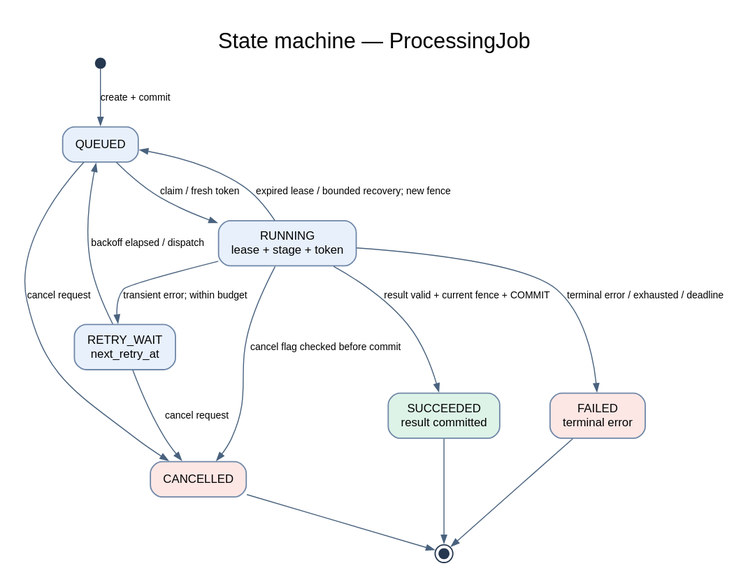
Earlier version of the PlantUML export docs/uml/05-job-state.svg (harivodich/SE2026-T08). Its source is kept beside it as docs/uml/05-job-state.puml. Source of this version:
```plantuml
@startuml
title State machine — ProcessingJob
skinparam defaultFontName Arial
skinparam shadowing false
skinparam backgroundColor #FFFFFF
skinparam ArrowColor #405670
state "QUEUED" as queued #E8F0FC
state "RUNNING\nlease + stage + token" as running #E8F0FC
state "RETRY_WAIT\nnext_retry_at" as retry #E8F0FC
state "SUCCEEDED\nresult committed" as success #DDF3E8
state "FAILED\nterminal error" as failed #FCE7E5
state "CANCELLED" as cancel #FCE7E5
[*] --> queued : create + commit
queued --> running : claim / fresh token
queued --> cancel : cancel request
running --> success : result valid + current fence + COMMIT
running --> retry : transient error; within budget
running --> failed : terminal error / exhausted / deadline
running --> cancel : cancel flag checked before commit
retry --> queued : backoff elapsed / dispatch
retry --> cancel : cancel request
running --> queued : expired lease / bounded recovery; new fence
success --> [*]
failed --> [*]
cancel --> [*]
legend bottom
Job status không phải accuracy hay approval. Automatic retries cùng job; manual rerun là job mới.
endlegend
@enduml
```
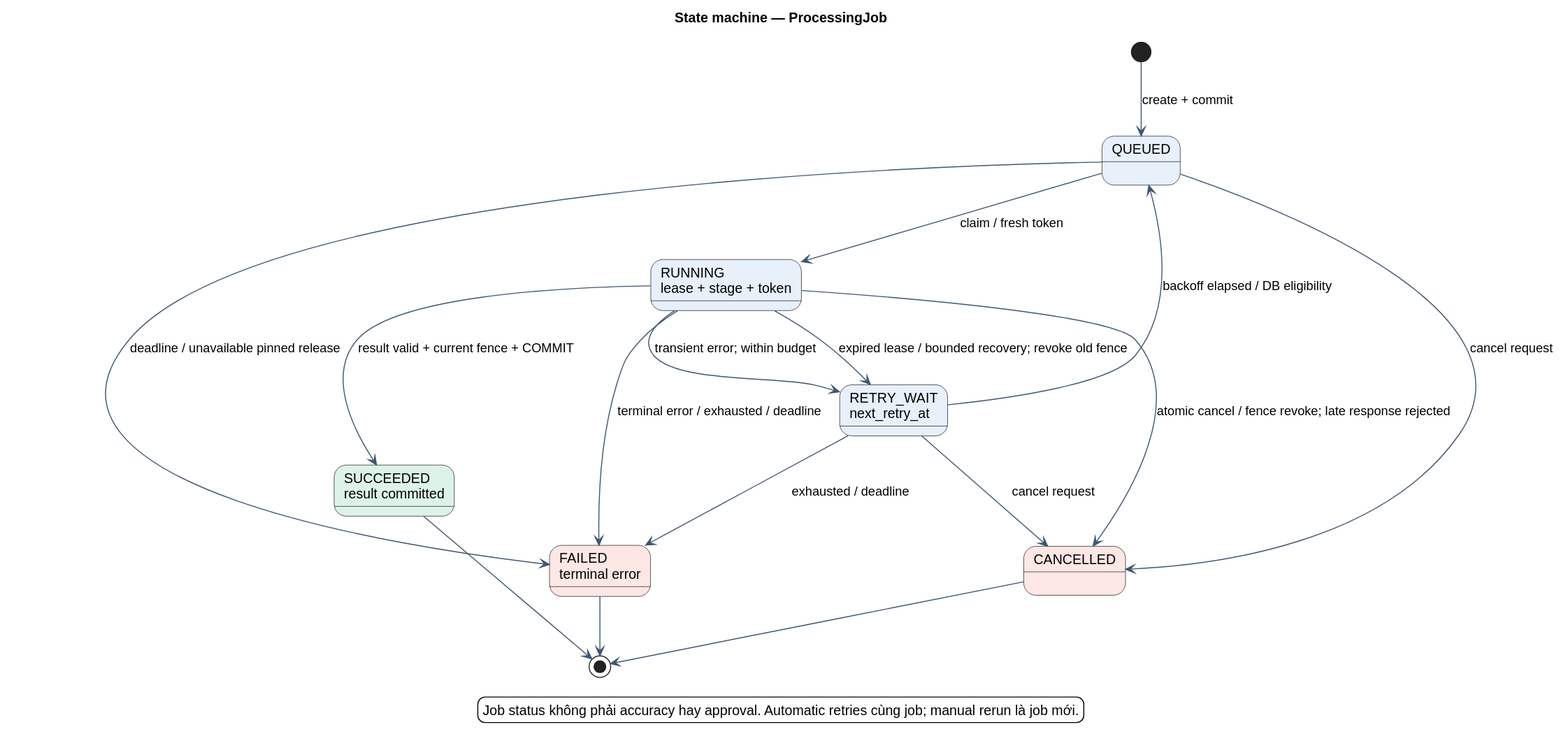
After the change.

Change to the diagram source:
```diff
@@ -16,10 +16,12 @@
 running --> success : result valid + current fence + COMMIT
 running --> retry : transient error; within budget
 running --> failed : terminal error / exhausted / deadline
-running --> cancel : cancel flag checked before commit
-retry --> queued : backoff elapsed / dispatch
+running --> cancel : atomic cancel / fence revoke; late response rejected
+retry --> queued : backoff elapsed / DB eligibility
 retry --> cancel : cancel request
-running --> queued : expired lease / bounded recovery; new fence
+running --> retry : expired lease / bounded recovery; revoke old fence
+queued --> failed : deadline / unavailable pinned release
+retry --> failed : exhausted / deadline
 success --> [*]
 failed --> [*]
 cancel --> [*]
```
